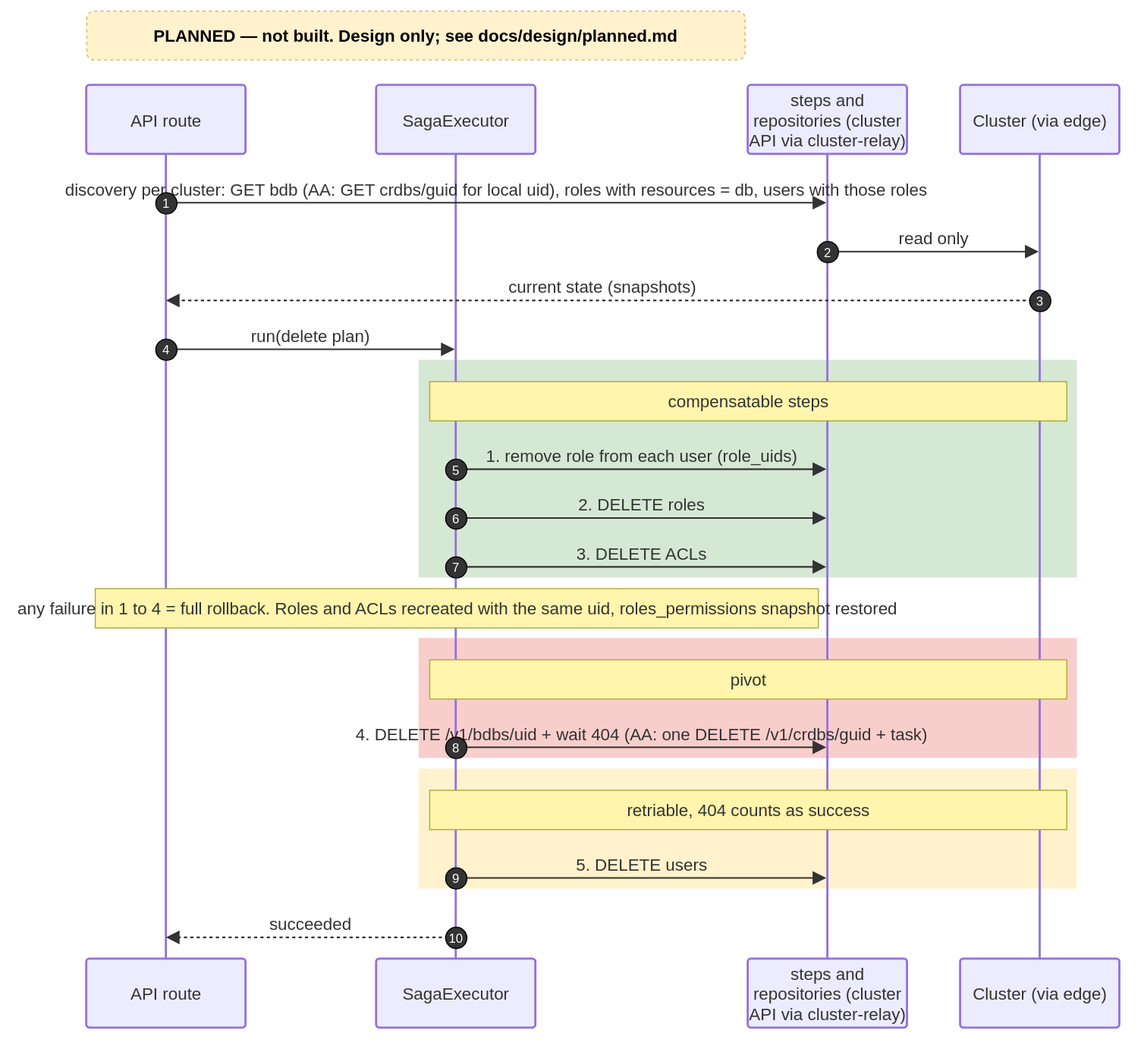
Above: docs/diagrams/planned/p2-seq-delete.drawio.svg in EliShteinman/redis-enterprise-services (draw.io), before the change. Source tidied: cells renumbered, new cells last; positions are measured from the earlier drawing's top-left corner, leaving out a move shared by most shapes.
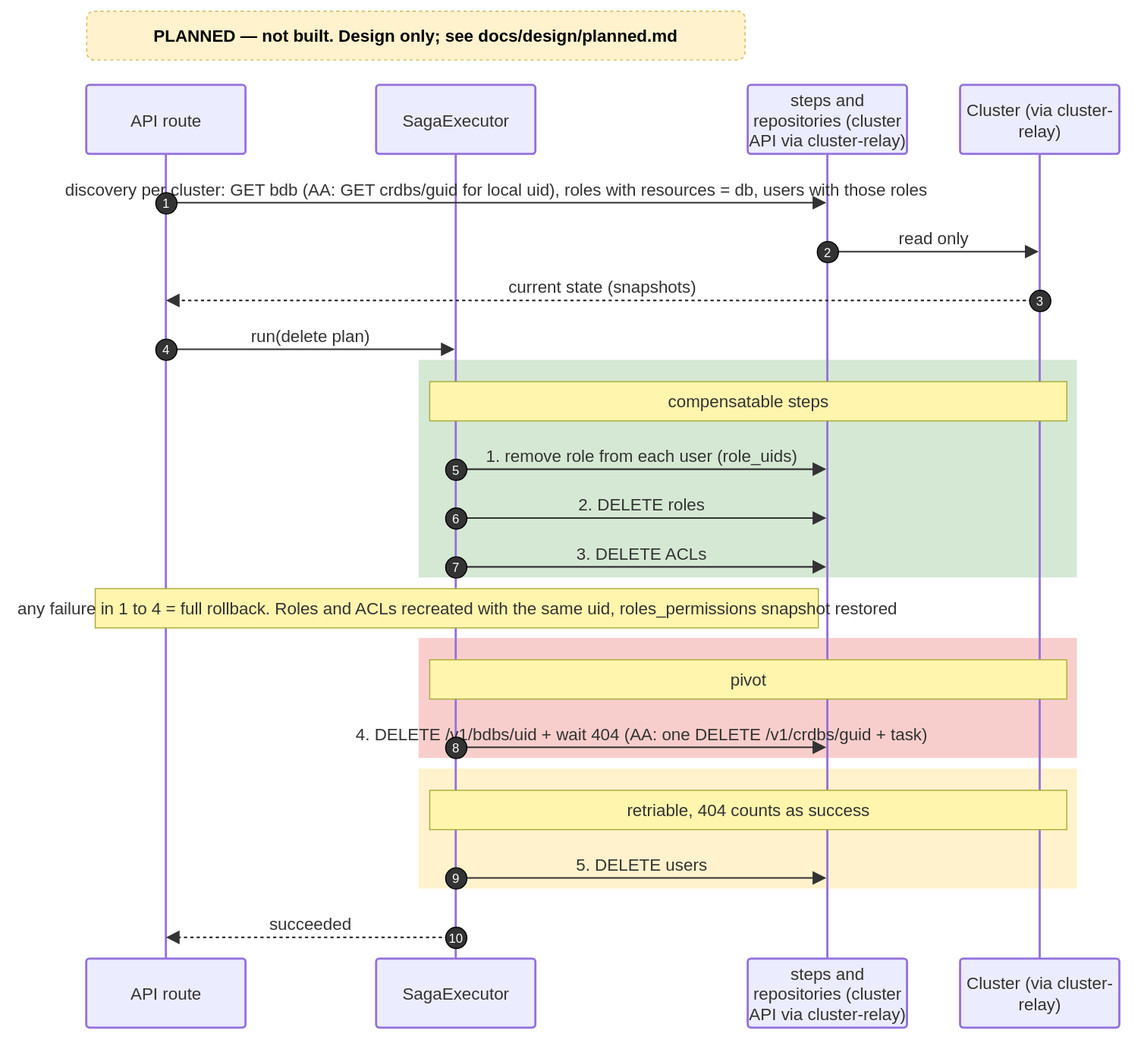
Later version of the same file.

Diff of the diagram source:
```diff
@@ -20,7 +20,7 @@
     <mxCell id="7" value="steps and repositories (cluster API via cluster-relay)" style="html=1;shape=umlLifeline;perimeter=lifelinePerimeter;whiteSpace=wrap;outlineConnect=0;portConstraint=eastwest;newEdgeStyle={&quot;edgeStyle&quot;:&quot;sequenceEdgeStyle&quot;,&quot;libavoidRouting&quot;:0,&quot;curved&quot;:0,&quot;rounded&quot;:0};lifelineDashed=0;strokeWidth=2;rounded=1;absoluteArcSize=1;arcSize=6;lifelineColor=light-dark(#9370DB,#cccccc);size=65;lifelineMirror=1;fillColor=light-dark(#ECECFF,#1f2020);strokeColor=light-dark(#9370DB,#cccccc);fontColor=light-dark(#333333,#cccccc);fontFamily=Trebuchet MS,Verdana,Arial,sans-serif;fontSize=16;" parent="1" vertex="1">
       <mxGeometry x="623" y="70" width="150" height="888" as="geometry" />
     </mxCell>
-    <mxCell id="8" value="Cluster (via edge)" style="html=1;shape=umlLifeline;perimeter=lifelinePerimeter;whiteSpace=wrap;outlineConnect=0;portConstraint=eastwest;newEdgeStyle={&quot;edgeStyle&quot;:&quot;sequenceEdgeStyle&quot;,&quot;libavoidRouting&quot;:0,&quot;curved&quot;:0,&quot;rounded&quot;:0};lifelineDashed=0;strokeWidth=2;rounded=1;absoluteArcSize=1;arcSize=6;lifelineColor=light-dark(#9370DB,#cccccc);size=65;lifelineMirror=1;fillColor=light-dark(#ECECFF,#1f2020);strokeColor=light-dark(#9370DB,#cccccc);fontColor=light-dark(#333333,#cccccc);fontFamily=Trebuchet MS,Verdana,Arial,sans-serif;fontSize=16;" parent="1" vertex="1">
+    <mxCell id="8" value="Cluster (via cluster-relay)" style="html=1;shape=umlLifeline;perimeter=lifelinePerimeter;whiteSpace=wrap;outlineConnect=0;portConstraint=eastwest;newEdgeStyle={&quot;edgeStyle&quot;:&quot;sequenceEdgeStyle&quot;,&quot;libavoidRouting&quot;:0,&quot;curved&quot;:0,&quot;rounded&quot;:0};lifelineDashed=0;strokeWidth=2;rounded=1;absoluteArcSize=1;arcSize=6;lifelineColor=light-dark(#9370DB,#cccccc);size=65;lifelineMirror=1;fillColor=light-dark(#ECECFF,#1f2020);strokeColor=light-dark(#9370DB,#cccccc);fontColor=light-dark(#333333,#cccccc);fontFamily=Trebuchet MS,Verdana,Arial,sans-serif;fontSize=16;" parent="1" vertex="1">
       <mxGeometry x="823" y="70" width="150" height="888" as="geometry" />
     </mxCell>
     <mxCell id="9" value="discovery per cluster: GET bdb (AA: GET crdbs/guid for local uid), roles with resources = db, users with those roles" style="endArrow=block;endSize=9;verticalAlign=bottom;spacingBottom=2;edgeStyle=sequenceEdgeStyle;libavoidRouting=0;curved=0;rounded=0;fontSize=16;labelBackgroundColor=none;strokeWidth=1.5;strokeColor=light-dark(#333333,#cccccc);fontColor=light-dark(#333333,#cccccc);fontFamily=Trebuchet MS,Verdana,Arial,sans-serif;" parent="1" edge="1" source="5" target="7">
```
